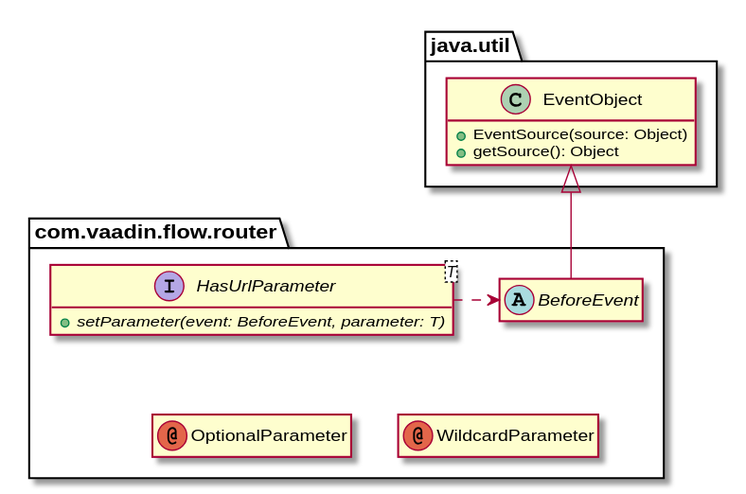
The PlantUML diagram cours/images/parameterized-routes.svg in formations/vaadin-foundations, before a commit. Its diagram source:
```plantuml
@startuml
package "com.vaadin.flow.router" {
 interface HasUrlParameter<T> {
  + {abstract} setParameter(event: BeforeEvent, parameter: T)
 }
 abstract class BeforeEvent
 annotation OptionalParameter
 annotation WildcardParameter
}
package "java.util" {
 class EventObject {
  + EventSource(source: Object)
  + getSource(): Object
 }
}
BeforeEvent -up-|> EventObject
HasUrlParameter .right.> BeforeEvent
OptionalParameter -[hidden]up- HasUrlParameter
OptionalParameter -[hidden]right- WildcardParameter
hide empty members
@enduml
```
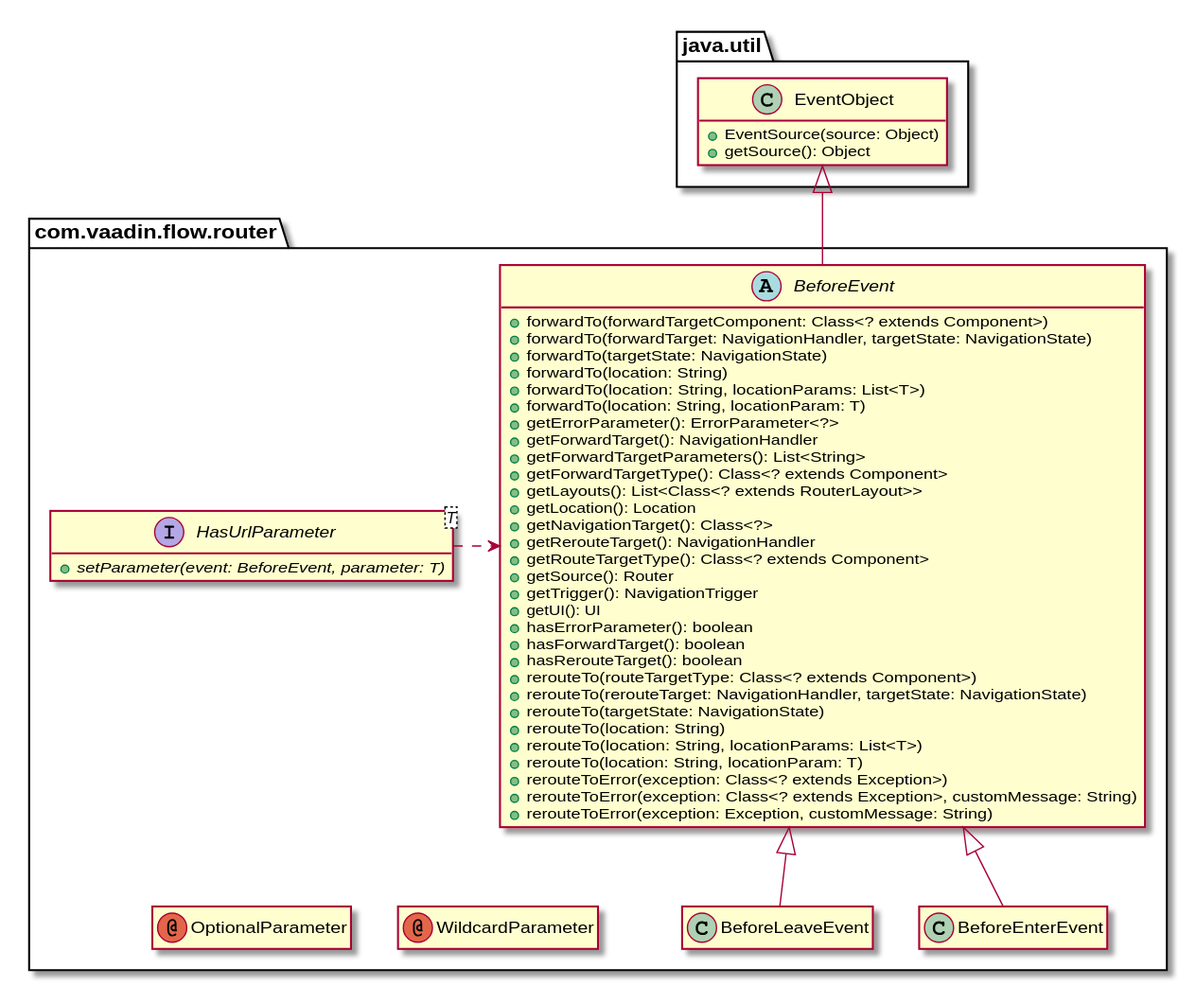
After the commit.

The edit, as a diff of the source:
```diff
@@ -1,19 +1,54 @@
 @startuml
-package "com.vaadin.flow.router" {
+package com.vaadin.flow.router {
  interface HasUrlParameter<T> {
   + {abstract} setParameter(event: BeforeEvent, parameter: T)
  }
- abstract class BeforeEvent
+ abstract class BeforeEvent {
+  + forwardTo(forwardTargetComponent: Class<? extends Component>)
+  + forwardTo(forwardTarget: NavigationHandler, targetState: NavigationState)
+  + forwardTo(targetState: NavigationState)
+  + forwardTo(location: String)
+  + forwardTo(location: String, locationParams: List<T>)
+  + forwardTo(location: String, locationParam: T)
+  + getErrorParameter(): ErrorParameter<?>
+  + getForwardTarget(): NavigationHandler
+  + getForwardTargetParameters(): List<String>
+  + getForwardTargetType(): Class<? extends Component>
+  + getLayouts(): List<Class<? extends RouterLayout>>
+  + getLocation(): Location
+  + getNavigationTarget(): Class<?>
+  + getRerouteTarget(): NavigationHandler
+  + getRouteTargetType(): Class<? extends Component>
+  + getSource(): Router
+  + getTrigger(): NavigationTrigger
+  + getUI(): UI
+  + hasErrorParameter(): boolean
+  + hasForwardTarget(): boolean
+  + hasRerouteTarget(): boolean
+  + rerouteTo(routeTargetType: Class<? extends Component>)
+  + rerouteTo(rerouteTarget: NavigationHandler, targetState: NavigationState)
+  + rerouteTo(targetState: NavigationState)
+  + rerouteTo(location: String)
+  + rerouteTo(location: String, locationParams: List<T>)
+  + rerouteTo(location: String, locationParam: T)
+  + rerouteToError(exception: Class<? extends Exception>)
+  + rerouteToError(exception: Class<? extends Exception>, customMessage: String)
+  + rerouteToError(exception: Exception, customMessage: String)
+ }
+ class BeforeLeaveEvent
+ class BeforeEnterEvent
  annotation OptionalParameter
  annotation WildcardParameter
 }
-package "java.util" {
+package java.util {
  class EventObject {
   + EventSource(source: Object)
   + getSource(): Object
  }
 }
 BeforeEvent -up-|> EventObject
+BeforeLeaveEvent -up-|> BeforeEvent
+BeforeEnterEvent -up-|> BeforeEvent
 HasUrlParameter .right.> BeforeEvent
 OptionalParameter -[hidden]up- HasUrlParameter
 OptionalParameter -[hidden]right- WildcardParameter
```
